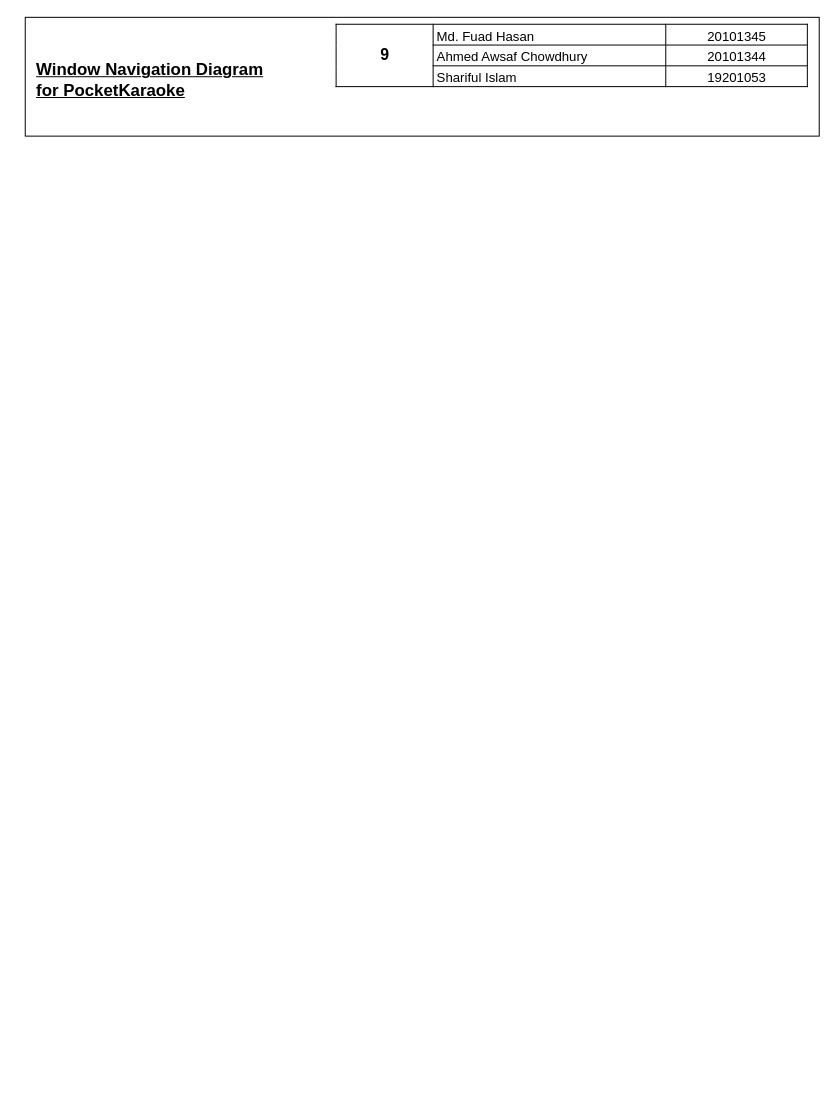
This is page "Page-1" (1 of 2) of System Analysis/PocketKaraoke Window Navigation Diagram.drawio from FuSan21/PocketKaraoke, a draw.io file, before an edit. Source tidied: cells renumbered, new cells numbered last; positions are measured from the earlier drawing's top-left corner, leaving out a move shared by most shapes. Both pictures are drawn from the tidied source at 99%, with x=0, y=0 at pixel (25, 17).
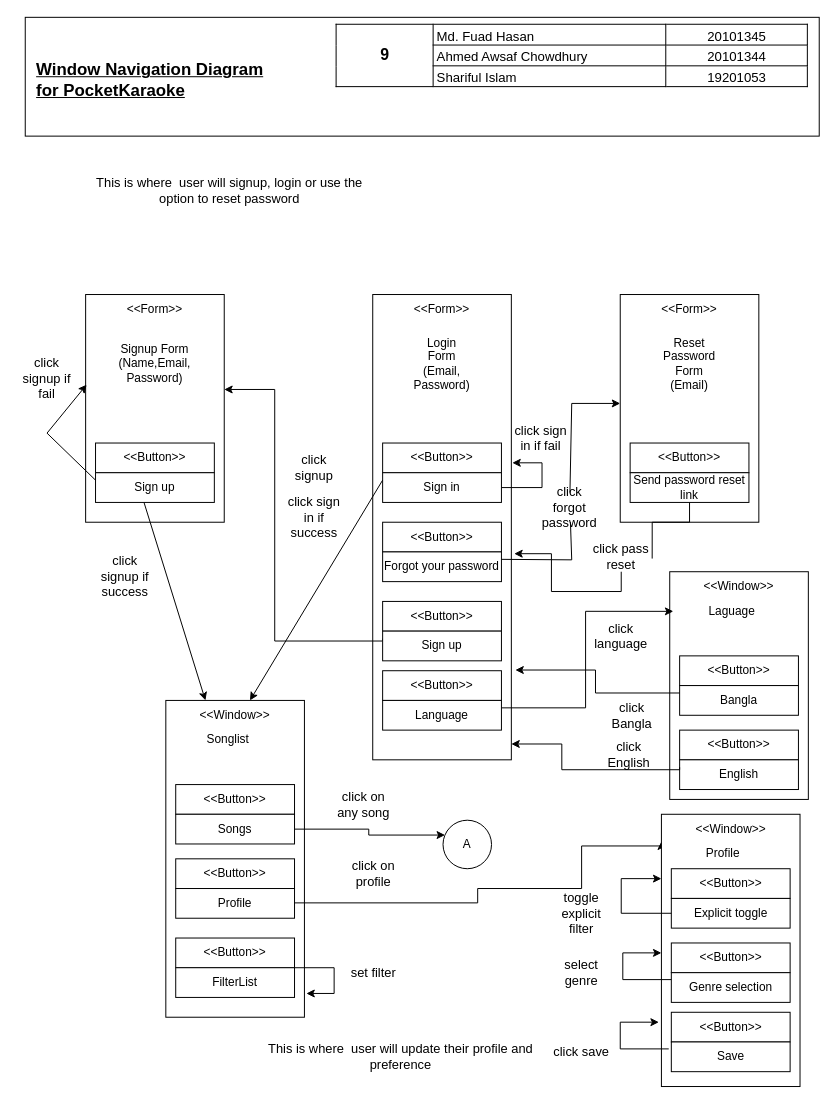
The same diagram, later.

The edit, as a diff of the source:
```diff
@@
+    <mxCell id="4" style="rounded=0;whiteSpace=wrap;html=1;" parent="1" vertex="1">
+      <mxGeometry x="351" y="280" width="140" height="470" as="geometry" />
+    </mxCell>
+    <mxCell id="5" style="edgeStyle=orthogonalEdgeStyle;rounded=0;jettySize=auto;html=1;exitX=0;exitY=0.25;exitDx=0;exitDy=0;entryX=1;entryY=0.417;entryDx=0;entryDy=0;entryPerimeter=0;" parent="1" edge="1" source="13" target="14">
+      <mxGeometry relative="1" as="geometry">
+        <Array as="points">
+          <mxPoint x="361" y="630" />
+          <mxPoint x="252" y="630" />
+          <mxPoint x="252" y="376" />
+        </Array>
+      </mxGeometry>
+    </mxCell>
+    <mxCell id="6" value="&amp;lt;&amp;lt;Form&amp;gt;&amp;gt;" style="text;html=1;strokeColor=none;fillColor=none;align=center;verticalAlign=middle;whiteSpace=wrap;rounded=0;" parent="1" vertex="1">
+      <mxGeometry x="391" y="280" width="60" height="30" as="geometry" />
+    </mxCell>
+    <mxCell id="7" value="&amp;lt;&amp;lt;Button&amp;gt;&amp;gt;" style="rounded=0;whiteSpace=wrap;html=1;" parent="1" vertex="1">
+      <mxGeometry x="361" y="430" width="120" height="30" as="geometry" />
+    </mxCell>
+    <mxCell id="8" value="Sign in" style="rounded=0;whiteSpace=wrap;html=1;" parent="1" vertex="1">
+      <mxGeometry x="361" y="460" width="120" height="30" as="geometry" />
+    </mxCell>
+    <mxCell id="9" value="&amp;lt;&amp;lt;Button&amp;gt;&amp;gt;" style="rounded=0;whiteSpace=wrap;html=1;" parent="1" vertex="1">
+      <mxGeometry x="361" y="510" width="120" height="30" as="geometry" />
+    </mxCell>
+    <mxCell id="10" value="Forgot your password" style="rounded=0;whiteSpace=wrap;html=1;" parent="1" vertex="1">
+      <mxGeometry x="361" y="540" width="120" height="30" as="geometry" />
+    </mxCell>
+    <mxCell id="11" value="&lt;div&gt;Login Form&lt;/div&gt;&lt;div&gt;(Email, Password)&lt;br&gt;&lt;/div&gt;" style="text;html=1;strokeColor=none;fillColor=none;align=center;verticalAlign=middle;whiteSpace=wrap;rounded=0;" parent="1" vertex="1">
+      <mxGeometry x="391" y="320" width="60" height="60" as="geometry" />
+    </mxCell>
+    <mxCell id="12" value="&amp;lt;&amp;lt;Button&amp;gt;&amp;gt;" style="rounded=0;whiteSpace=wrap;html=1;" parent="1" vertex="1">
+      <mxGeometry x="361" y="590" width="120" height="30" as="geometry" />
+    </mxCell>
+    <mxCell id="13" value="Sign up" style="rounded=0;whiteSpace=wrap;html=1;" parent="1" vertex="1">
+      <mxGeometry x="361" y="620" width="120" height="30" as="geometry" />
+    </mxCell>
+    <mxCell id="14" style="rounded=0;whiteSpace=wrap;html=1;" parent="1" vertex="1">
+      <mxGeometry x="61" y="280" width="140" height="230" as="geometry" />
+    </mxCell>
+    <mxCell id="15" value="&amp;lt;&amp;lt;Form&amp;gt;&amp;gt;" style="text;html=1;strokeColor=none;fillColor=none;align=center;verticalAlign=middle;whiteSpace=wrap;rounded=0;" parent="1" vertex="1">
+      <mxGeometry x="101" y="280" width="60" height="30" as="geometry" />
+    </mxCell>
+    <mxCell id="16" value="&amp;lt;&amp;lt;Button&amp;gt;&amp;gt;" style="rounded=0;whiteSpace=wrap;html=1;" parent="1" vertex="1">
+      <mxGeometry x="71" y="430" width="120" height="30" as="geometry" />
+    </mxCell>
+    <mxCell id="17" value="Sign up" style="rounded=0;whiteSpace=wrap;html=1;" parent="1" vertex="1">
+      <mxGeometry x="71" y="460" width="120" height="30" as="geometry" />
+    </mxCell>
+    <mxCell id="18" value="&lt;div&gt;Signup Form&lt;/div&gt;&lt;div&gt;(Name,Email, Password)&lt;br&gt;&lt;/div&gt;" style="text;html=1;strokeColor=none;fillColor=none;align=center;verticalAlign=middle;whiteSpace=wrap;rounded=0;" parent="1" vertex="1">
+      <mxGeometry x="101" y="320" width="60" height="60" as="geometry" />
+    </mxCell>
+    <mxCell id="19" style="rounded=0;whiteSpace=wrap;html=1;" parent="1" vertex="1">
+      <mxGeometry x="601" y="280" width="140" height="230" as="geometry" />
+    </mxCell>
+    <mxCell id="20" value="&amp;lt;&amp;lt;Form&amp;gt;&amp;gt;" style="text;html=1;strokeColor=none;fillColor=none;align=center;verticalAlign=middle;whiteSpace=wrap;rounded=0;" parent="1" vertex="1">
+      <mxGeometry x="641" y="280" width="60" height="30" as="geometry" />
+    </mxCell>
+    <mxCell id="21" value="&amp;lt;&amp;lt;Button&amp;gt;&amp;gt;" style="rounded=0;whiteSpace=wrap;html=1;" parent="1" vertex="1">
+      <mxGeometry x="611" y="430" width="120" height="30" as="geometry" />
+    </mxCell>
+    <mxCell id="22" value="Send password reset link" style="rounded=0;whiteSpace=wrap;html=1;" parent="1" vertex="1">
+      <mxGeometry x="611" y="460" width="120" height="30" as="geometry" />
+    </mxCell>
+    <mxCell id="23" value="&lt;div&gt;Reset Password Form&lt;/div&gt;&lt;div&gt;(Email)&lt;br&gt;&lt;/div&gt;" style="text;html=1;strokeColor=none;fillColor=none;align=center;verticalAlign=middle;whiteSpace=wrap;rounded=0;" parent="1" vertex="1">
+      <mxGeometry x="641" y="320" width="60" height="60" as="geometry" />
+    </mxCell>
+    <mxCell id="24" style="endArrow=classic;html=1;rounded=0;exitX=0.5;exitY=0;exitDx=0;exitDy=0;startArrow=none;" parent="1" edge="1" source="72">
+      <mxGeometry relative="1" as="geometry">
+        <mxPoint x="601" y="390" as="targetPoint" />
+        <Array as="points">
+          <mxPoint x="552" y="390" />
+        </Array>
+      </mxGeometry>
+    </mxCell>
+    <mxCell id="25" value="&amp;lt;&amp;lt;Button&amp;gt;&amp;gt;" style="rounded=0;whiteSpace=wrap;html=1;" parent="1" vertex="1">
+      <mxGeometry x="361" y="660" width="120" height="30" as="geometry" />
+    </mxCell>
+    <mxCell id="26" value="Language" style="rounded=0;whiteSpace=wrap;html=1;" parent="1" vertex="1">
+      <mxGeometry x="361" y="690" width="120" height="30" as="geometry" />
+    </mxCell>
+    <mxCell id="27" style="edgeStyle=orthogonalEdgeStyle;rounded=0;jettySize=auto;html=1;exitX=0.5;exitY=1;exitDx=0;exitDy=0;entryX=1.021;entryY=0.557;entryDx=0;entryDy=0;entryPerimeter=0;startArrow=none;" parent="1" edge="1" source="74" target="4">
+      <mxGeometry relative="1" as="geometry" />
+    </mxCell>
+    <mxCell id="28" style="rounded=0;whiteSpace=wrap;html=1;" parent="1" vertex="1">
+      <mxGeometry x="651" y="560" width="140" height="230" as="geometry" />
+    </mxCell>
+    <mxCell id="29" value="&amp;lt;&amp;lt;Window&amp;gt;&amp;gt;" style="text;html=1;strokeColor=none;fillColor=none;align=center;verticalAlign=middle;whiteSpace=wrap;rounded=0;" parent="1" vertex="1">
+      <mxGeometry x="691" y="560" width="60" height="30" as="geometry" />
+    </mxCell>
+    <mxCell id="30" value="&amp;lt;&amp;lt;Button&amp;gt;&amp;gt;" style="rounded=0;whiteSpace=wrap;html=1;" parent="1" vertex="1">
+      <mxGeometry x="661" y="645" width="120" height="30" as="geometry" />
+    </mxCell>
+    <mxCell id="31" value="Bangla" style="rounded=0;whiteSpace=wrap;html=1;" parent="1" vertex="1">
+      <mxGeometry x="661" y="675" width="120" height="30" as="geometry" />
+    </mxCell>
+    <mxCell id="32" value="&lt;div&gt;Laguage&lt;/div&gt;" style="text;html=1;strokeColor=none;fillColor=none;align=center;verticalAlign=middle;whiteSpace=wrap;rounded=0;" parent="1" vertex="1">
+      <mxGeometry x="683.6" y="570" width="60" height="60" as="geometry" />
+    </mxCell>
+    <mxCell id="33" style="edgeStyle=orthogonalEdgeStyle;rounded=0;jettySize=auto;html=1;exitX=1;exitY=0.25;exitDx=0;exitDy=0;entryX=0.026;entryY=0.174;entryDx=0;entryDy=0;entryPerimeter=0;" parent="1" edge="1" source="26" target="28">
+      <mxGeometry relative="1" as="geometry" />
+    </mxCell>
+    <mxCell id="34" value="&amp;lt;&amp;lt;Button&amp;gt;&amp;gt;" style="rounded=0;whiteSpace=wrap;html=1;" parent="1" vertex="1">
+      <mxGeometry x="661" y="720" width="120" height="30" as="geometry" />
+    </mxCell>
+    <mxCell id="35" value="English" style="rounded=0;whiteSpace=wrap;html=1;" parent="1" vertex="1">
+      <mxGeometry x="661" y="750" width="120" height="30" as="geometry" />
+    </mxCell>
+    <mxCell id="36" style="edgeStyle=orthogonalEdgeStyle;rounded=0;jettySize=auto;html=1;exitX=0;exitY=0.25;exitDx=0;exitDy=0;entryX=1.029;entryY=0.807;entryDx=0;entryDy=0;entryPerimeter=0;" parent="1" edge="1" source="31" target="4">
+      <mxGeometry relative="1" as="geometry" />
+    </mxCell>
+    <mxCell id="37" style="edgeStyle=orthogonalEdgeStyle;rounded=0;jettySize=auto;html=1;exitX=0;exitY=0.25;exitDx=0;exitDy=0;" parent="1" edge="1" source="35">
+      <mxGeometry relative="1" as="geometry">
+        <mxPoint x="491" y="734" as="targetPoint" />
+        <Array as="points">
+          <mxPoint x="661" y="760" />
+          <mxPoint x="542" y="760" />
+          <mxPoint x="542" y="734" />
+        </Array>
+      </mxGeometry>
+    </mxCell>
+    <mxCell id="38" style="rounded=0;whiteSpace=wrap;html=1;" parent="1" vertex="1">
+      <mxGeometry x="142" y="690" width="140" height="320" as="geometry" />
+    </mxCell>
+    <mxCell id="39" value="&amp;lt;&amp;lt;Window&amp;gt;&amp;gt;" style="text;html=1;strokeColor=none;fillColor=none;align=center;verticalAlign=middle;whiteSpace=wrap;rounded=0;" parent="1" vertex="1">
+      <mxGeometry x="182" y="690" width="60" height="30" as="geometry" />
+    </mxCell>
+    <mxCell id="40" value="&amp;lt;&amp;lt;Button&amp;gt;&amp;gt;" style="rounded=0;whiteSpace=wrap;html=1;" parent="1" vertex="1">
+      <mxGeometry x="152" y="775" width="120" height="30" as="geometry" />
+    </mxCell>
+    <mxCell id="41" value="Songs" style="rounded=0;whiteSpace=wrap;html=1;" parent="1" vertex="1">
+      <mxGeometry x="152" y="805" width="120" height="30" as="geometry" />
+    </mxCell>
+    <mxCell id="42" value="&lt;div&gt;Songlist&lt;/div&gt;" style="text;html=1;strokeColor=none;fillColor=none;align=center;verticalAlign=middle;whiteSpace=wrap;rounded=0;" parent="1" vertex="1">
+      <mxGeometry x="174.6" y="700" width="60" height="60" as="geometry" />
+    </mxCell>
+    <mxCell id="43" value="&amp;lt;&amp;lt;Button&amp;gt;&amp;gt;" style="rounded=0;whiteSpace=wrap;html=1;" parent="1" vertex="1">
+      <mxGeometry x="152" y="850" width="120" height="30" as="geometry" />
+    </mxCell>
+    <mxCell id="44" value="Profile" style="rounded=0;whiteSpace=wrap;html=1;" parent="1" vertex="1">
+      <mxGeometry x="152" y="880" width="120" height="30" as="geometry" />
+    </mxCell>
+    <mxCell id="45" value="&amp;lt;&amp;lt;Button&amp;gt;&amp;gt;" style="rounded=0;whiteSpace=wrap;html=1;" parent="1" vertex="1">
+      <mxGeometry x="152" y="930" width="120" height="30" as="geometry" />
+    </mxCell>
+    <mxCell id="46" value="FilterList" style="rounded=0;whiteSpace=wrap;html=1;" parent="1" vertex="1">
+      <mxGeometry x="152" y="960" width="120" height="30" as="geometry" />
+    </mxCell>
+    <mxCell id="47" style="edgeStyle=orthogonalEdgeStyle;rounded=0;jettySize=auto;html=1;exitX=1;exitY=0;exitDx=0;exitDy=0;entryX=1.014;entryY=0.925;entryDx=0;entryDy=0;entryPerimeter=0;" parent="1" edge="1" source="46" target="38">
+      <mxGeometry relative="1" as="geometry">
+        <Array as="points">
+          <mxPoint x="312" y="960" />
+          <mxPoint x="312" y="986" />
+        </Array>
+      </mxGeometry>
+    </mxCell>
+    <mxCell id="48" style="edgeStyle=orthogonalEdgeStyle;rounded=0;jettySize=auto;html=1;exitX=1;exitY=0.5;exitDx=0;exitDy=0;entryX=0.041;entryY=0.306;entryDx=0;entryDy=0;entryPerimeter=0;" parent="1" edge="1" source="41" target="49">
+      <mxGeometry relative="1" as="geometry" />
+    </mxCell>
+    <mxCell id="49" value="A" style="ellipse;whiteSpace=wrap;html=1;" parent="1" vertex="1">
+      <mxGeometry x="422" y="811" width="49" height="49" as="geometry" />
+    </mxCell>
+    <mxCell id="50" style="edgeStyle=orthogonalEdgeStyle;rounded=0;jettySize=auto;html=1;exitX=1;exitY=0;exitDx=0;exitDy=0;entryX=0;entryY=0.1;entryDx=0;entryDy=0;entryPerimeter=0;" parent="1" edge="1" target="51">
+      <mxGeometry relative="1" as="geometry">
+        <mxPoint x="272" y="894.5" as="sourcePoint" />
+        <Array as="points">
+          <mxPoint x="457" y="895" />
+          <mxPoint x="457" y="880" />
+          <mxPoint x="562" y="880" />
+          <mxPoint x="562" y="837" />
+        </Array>
+      </mxGeometry>
+    </mxCell>
+    <mxCell id="51" style="rounded=0;whiteSpace=wrap;html=1;" parent="1" vertex="1">
+      <mxGeometry x="642.6" y="805" width="140" height="275" as="geometry" />
+    </mxCell>
+    <mxCell id="52" value="&amp;lt;&amp;lt;Window&amp;gt;&amp;gt;" style="text;html=1;strokeColor=none;fillColor=none;align=center;verticalAlign=middle;whiteSpace=wrap;rounded=0;" parent="1" vertex="1">
+      <mxGeometry x="682.6" y="805" width="60" height="30" as="geometry" />
+    </mxCell>
+    <mxCell id="53" value="&amp;lt;&amp;lt;Button&amp;gt;&amp;gt;" style="rounded=0;whiteSpace=wrap;html=1;" parent="1" vertex="1">
+      <mxGeometry x="652.6" y="860" width="120" height="30" as="geometry" />
+    </mxCell>
+    <mxCell id="54" value="Explicit toggle" style="rounded=0;whiteSpace=wrap;html=1;" parent="1" vertex="1">
+      <mxGeometry x="652.6" y="890" width="120" height="30" as="geometry" />
+    </mxCell>
+    <mxCell id="55" value="&lt;div&gt;Profile&lt;/div&gt;" style="text;html=1;strokeColor=none;fillColor=none;align=center;verticalAlign=middle;whiteSpace=wrap;rounded=0;" parent="1" vertex="1">
+      <mxGeometry x="675.2" y="815" width="60" height="60" as="geometry" />
+    </mxCell>
+    <mxCell id="56" value="&amp;lt;&amp;lt;Button&amp;gt;&amp;gt;" style="rounded=0;whiteSpace=wrap;html=1;" parent="1" vertex="1">
+      <mxGeometry x="652.6" y="935" width="120" height="30" as="geometry" />
+    </mxCell>
+    <mxCell id="57" value="Genre selection" style="rounded=0;whiteSpace=wrap;html=1;" parent="1" vertex="1">
+      <mxGeometry x="652.6" y="965" width="120" height="30" as="geometry" />
+    </mxCell>
+    <mxCell id="58" value="&amp;lt;&amp;lt;Button&amp;gt;&amp;gt;" style="rounded=0;whiteSpace=wrap;html=1;" parent="1" vertex="1">
+      <mxGeometry x="652.6" y="1005" width="120" height="30" as="geometry" />
+    </mxCell>
+    <mxCell id="59" value="Save" style="rounded=0;whiteSpace=wrap;html=1;" parent="1" vertex="1">
+      <mxGeometry x="652.6" y="1035" width="120" height="30" as="geometry" />
+    </mxCell>
+    <mxCell id="60" style="edgeStyle=orthogonalEdgeStyle;rounded=0;jettySize=auto;html=1;exitX=0;exitY=0.5;exitDx=0;exitDy=0;entryX=0;entryY=0.322;entryDx=0;entryDy=0;entryPerimeter=0;" parent="1" edge="1" source="54">
+      <mxGeometry relative="1" as="geometry">
+        <mxPoint x="642.6" y="870" as="targetPoint" />
+        <Array as="points">
+          <mxPoint x="602" y="905" />
+          <mxPoint x="602" y="870" />
+        </Array>
+      </mxGeometry>
+    </mxCell>
+    <mxCell id="61" style="edgeStyle=orthogonalEdgeStyle;rounded=0;orthogonalLoop=1;jettySize=auto;html=1;exitX=0;exitY=0.5;exitDx=0;exitDy=0;entryX=0;entryY=0.322;entryDx=0;entryDy=0;entryPerimeter=0;" parent="1" edge="1">
+      <mxGeometry relative="1" as="geometry">
+        <mxPoint x="652.6" y="972" as="sourcePoint" />
+        <mxPoint x="642.6" y="945" as="targetPoint" />
+        <Array as="points">
+          <mxPoint x="603.6" y="972" />
+          <mxPoint x="603.6" y="945" />
+        </Array>
+      </mxGeometry>
+    </mxCell>
+    <mxCell id="62" style="edgeStyle=orthogonalEdgeStyle;rounded=0;orthogonalLoop=1;jettySize=auto;html=1;exitX=0;exitY=0.5;exitDx=0;exitDy=0;entryX=0;entryY=0.322;entryDx=0;entryDy=0;entryPerimeter=0;" parent="1" edge="1">
+      <mxGeometry relative="1" as="geometry">
+        <mxPoint x="650" y="1042" as="sourcePoint" />
+        <mxPoint x="640" y="1015" as="targetPoint" />
+        <Array as="points">
+          <mxPoint x="601" y="1042" />
+          <mxPoint x="601" y="1015" />
+        </Array>
+      </mxGeometry>
+    </mxCell>
+    <mxCell id="63" style="endArrow=classic;html=1;rounded=0;exitX=0;exitY=0.25;exitDx=0;exitDy=0;entryX=0.75;entryY=0;entryDx=0;entryDy=0;" parent="1" edge="1" source="8" target="39">
+      <mxGeometry relative="1" as="geometry" />
+    </mxCell>
+    <mxCell id="64" style="endArrow=classic;html=1;rounded=0;exitX=1;exitY=0.5;exitDx=0;exitDy=0;" parent="1" edge="1" source="8">
+      <mxGeometry relative="1" as="geometry">
+        <mxPoint x="492" y="450" as="targetPoint" />
+        <Array as="points">
+          <mxPoint x="522" y="475" />
+          <mxPoint x="522" y="450" />
+        </Array>
+      </mxGeometry>
+    </mxCell>
+    <mxCell id="65" style="endArrow=classic;html=1;rounded=0;exitX=0.408;exitY=1;exitDx=0;exitDy=0;entryX=0;entryY=0;entryDx=0;entryDy=0;exitPerimeter=0;" parent="1" edge="1" source="17" target="39">
+      <mxGeometry relative="1" as="geometry" />
+    </mxCell>
+    <mxCell id="66" value="click signup" style="text;html=1;strokeColor=none;fillColor=none;align=center;verticalAlign=middle;whiteSpace=wrap;rounded=0;fontSize=13;" parent="1" vertex="1">
+      <mxGeometry x="262" y="440" width="60" height="30" as="geometry" />
+    </mxCell>
+    <mxCell id="67" value="click signup if success" style="text;html=1;strokeColor=none;fillColor=none;align=center;verticalAlign=middle;whiteSpace=wrap;rounded=0;fontSize=13;" parent="1" vertex="1">
+      <mxGeometry x="71" y="550" width="60" height="30" as="geometry" />
+    </mxCell>
+    <mxCell id="68" style="endArrow=classic;html=1;rounded=0;exitX=0;exitY=0.25;exitDx=0;exitDy=0;entryX=0.007;entryY=0.396;entryDx=0;entryDy=0;entryPerimeter=0;" parent="1" edge="1" source="17" target="14">
+      <mxGeometry relative="1" as="geometry">
+        <Array as="points">
+          <mxPoint x="22" y="420" />
+        </Array>
+      </mxGeometry>
+    </mxCell>
+    <mxCell id="69" value="click signup if fail" style="text;html=1;strokeColor=none;fillColor=none;align=center;verticalAlign=middle;whiteSpace=wrap;rounded=0;fontSize=13;" parent="1" vertex="1">
+      <mxGeometry x="-8" y="350" width="60" height="30" as="geometry" />
+    </mxCell>
+    <mxCell id="70" value="click sign in if success" style="text;html=1;strokeColor=none;fillColor=none;align=center;verticalAlign=middle;whiteSpace=wrap;rounded=0;fontSize=13;" parent="1" vertex="1">
+      <mxGeometry x="262" y="490" width="60" height="30" as="geometry" />
+    </mxCell>
+    <mxCell id="71" value="click sign in if fail" style="text;html=1;strokeColor=none;fillColor=none;align=center;verticalAlign=middle;whiteSpace=wrap;rounded=0;fontSize=13;" parent="1" vertex="1">
+      <mxGeometry x="491" y="410" width="60" height="30" as="geometry" />
+    </mxCell>
+    <mxCell id="72" value="click forgot password" style="text;html=1;strokeColor=none;fillColor=none;align=center;verticalAlign=middle;whiteSpace=wrap;rounded=0;fontSize=13;" parent="1" vertex="1">
+      <mxGeometry x="520.2" y="480" width="60" height="30" as="geometry" />
+    </mxCell>
+    <mxCell id="73" style="endArrow=none;html=1;rounded=0;exitX=1;exitY=0.25;exitDx=0;exitDy=0;" parent="1" edge="1" source="10" target="72">
+      <mxGeometry relative="1" as="geometry">
+        <Array as="points">
+          <mxPoint x="552" y="548" />
+        </Array>
+      </mxGeometry>
+    </mxCell>
+    <mxCell id="74" value="click pass reset" style="text;html=1;strokeColor=none;fillColor=none;align=center;verticalAlign=middle;whiteSpace=wrap;rounded=0;fontSize=13;" parent="1" vertex="1">
+      <mxGeometry x="572" y="530" width="60" height="30" as="geometry" />
+    </mxCell>
+    <mxCell id="75" style="edgeStyle=orthogonalEdgeStyle;rounded=0;jettySize=auto;html=1;exitX=0.5;exitY=1;exitDx=0;exitDy=0;entryX=1.021;entryY=0.557;entryDx=0;entryDy=0;entryPerimeter=0;endArrow=none;" parent="1" edge="1" source="22" target="74">
+      <mxGeometry relative="1" as="geometry" />
+    </mxCell>
+    <mxCell id="76" value="click language" style="text;html=1;strokeColor=none;fillColor=none;align=center;verticalAlign=middle;whiteSpace=wrap;rounded=0;fontSize=13;" parent="1" vertex="1">
+      <mxGeometry x="572" y="610" width="60" height="30" as="geometry" />
+    </mxCell>
+    <mxCell id="77" value="click on any song" style="text;html=1;strokeColor=none;fillColor=none;align=center;verticalAlign=middle;whiteSpace=wrap;rounded=0;fontSize=13;" parent="1" vertex="1">
+      <mxGeometry x="312" y="780" width="60" height="30" as="geometry" />
+    </mxCell>
+    <mxCell id="78" value="click on profile" style="text;html=1;strokeColor=none;fillColor=none;align=center;verticalAlign=middle;whiteSpace=wrap;rounded=0;fontSize=13;" parent="1" vertex="1">
+      <mxGeometry x="322" y="850" width="60" height="30" as="geometry" />
+    </mxCell>
+    <mxCell id="79" value="set filter" style="text;html=1;strokeColor=none;fillColor=none;align=center;verticalAlign=middle;whiteSpace=wrap;rounded=0;fontSize=13;" parent="1" vertex="1">
+      <mxGeometry x="322" y="950" width="60" height="30" as="geometry" />
+    </mxCell>
+    <mxCell id="80" value="toggle explicit filter" style="text;html=1;strokeColor=none;fillColor=none;align=center;verticalAlign=middle;whiteSpace=wrap;rounded=0;fontSize=13;" parent="1" vertex="1">
+      <mxGeometry x="532" y="890" width="60" height="30" as="geometry" />
+    </mxCell>
+    <mxCell id="81" value="select genre" style="text;html=1;strokeColor=none;fillColor=none;align=center;verticalAlign=middle;whiteSpace=wrap;rounded=0;fontSize=13;" parent="1" vertex="1">
+      <mxGeometry x="532" y="950" width="60" height="30" as="geometry" />
+    </mxCell>
+    <mxCell id="82" value="click save" style="text;html=1;strokeColor=none;fillColor=none;align=center;verticalAlign=middle;whiteSpace=wrap;rounded=0;fontSize=13;" parent="1" vertex="1">
+      <mxGeometry x="532" y="1030" width="60" height="30" as="geometry" />
+    </mxCell>
+    <mxCell id="83" value="click Bangla" style="text;html=1;strokeColor=none;fillColor=none;align=center;verticalAlign=middle;whiteSpace=wrap;rounded=0;fontSize=13;" parent="1" vertex="1">
+      <mxGeometry x="582.6" y="690" width="60" height="30" as="geometry" />
+    </mxCell>
+    <mxCell id="84" value="click English" style="text;html=1;strokeColor=none;fillColor=none;align=center;verticalAlign=middle;whiteSpace=wrap;rounded=0;fontSize=13;" parent="1" vertex="1">
+      <mxGeometry x="580.2" y="730" width="60" height="30" as="geometry" />
+    </mxCell>
+    <mxCell id="85" value="This is where&amp;nbsp; user will signup, login or use the option to reset password" style="text;html=1;strokeColor=none;fillColor=none;align=center;verticalAlign=middle;whiteSpace=wrap;rounded=0;fontSize=13;" parent="1" vertex="1">
+      <mxGeometry x="62" y="160" width="289" height="30" as="geometry" />
+    </mxCell>
+    <mxCell id="86" value="This is where&amp;nbsp; user will update their profile and preference" style="text;html=1;strokeColor=none;fillColor=none;align=center;verticalAlign=middle;whiteSpace=wrap;rounded=0;fontSize=13;" parent="1" vertex="1">
+      <mxGeometry x="234.6" y="1035" width="289" height="30" as="geometry" />
+    </mxCell>
```
